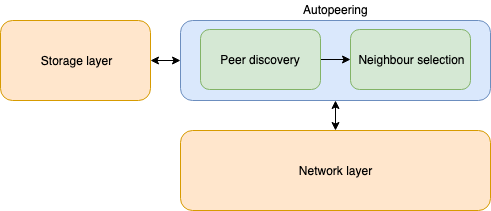
Before: simulation/images/AutoPeeringDesign.png, a diagram exported from draw.io (iotaledger/goshimmer). Source tidied: cells renumbered, new cells last; positions are measured from the earlier drawing's top-left corner, leaving out a move shared by most shapes.
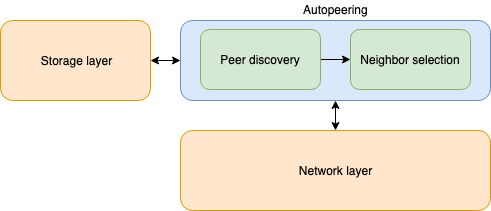
After the commit.

Commit message:
:lipstick: figure updated

Diff of the diagram source:
```diff
@@ -11,7 +11,7 @@
     <mxCell id="4" value="Peer discovery" style="rounded=1;whiteSpace=wrap;html=1;fillColor=#d5e8d4;strokeColor=#82b366;" parent="1" vertex="1">
       <mxGeometry x="200" y="29" width="120" height="60" as="geometry" />
     </mxCell>
-    <mxCell id="5" value="Neighbour selection" style="rounded=1;whiteSpace=wrap;html=1;fillColor=#d5e8d4;strokeColor=#82b366;" parent="1" vertex="1">
+    <mxCell id="5" value="Neighbor selection" style="rounded=1;whiteSpace=wrap;html=1;fillColor=#d5e8d4;strokeColor=#82b366;" parent="1" vertex="1">
       <mxGeometry x="350" y="29" width="120" height="60" as="geometry" />
     </mxCell>
     <mxCell id="6" style="edgeStyle=orthogonalEdgeStyle;rounded=0;jettySize=auto;html=1;entryX=0.5;entryY=1;entryDx=0;entryDy=0;startArrow=classic;startFill=1;" parent="1" edge="1" source="7" target="2">
```
